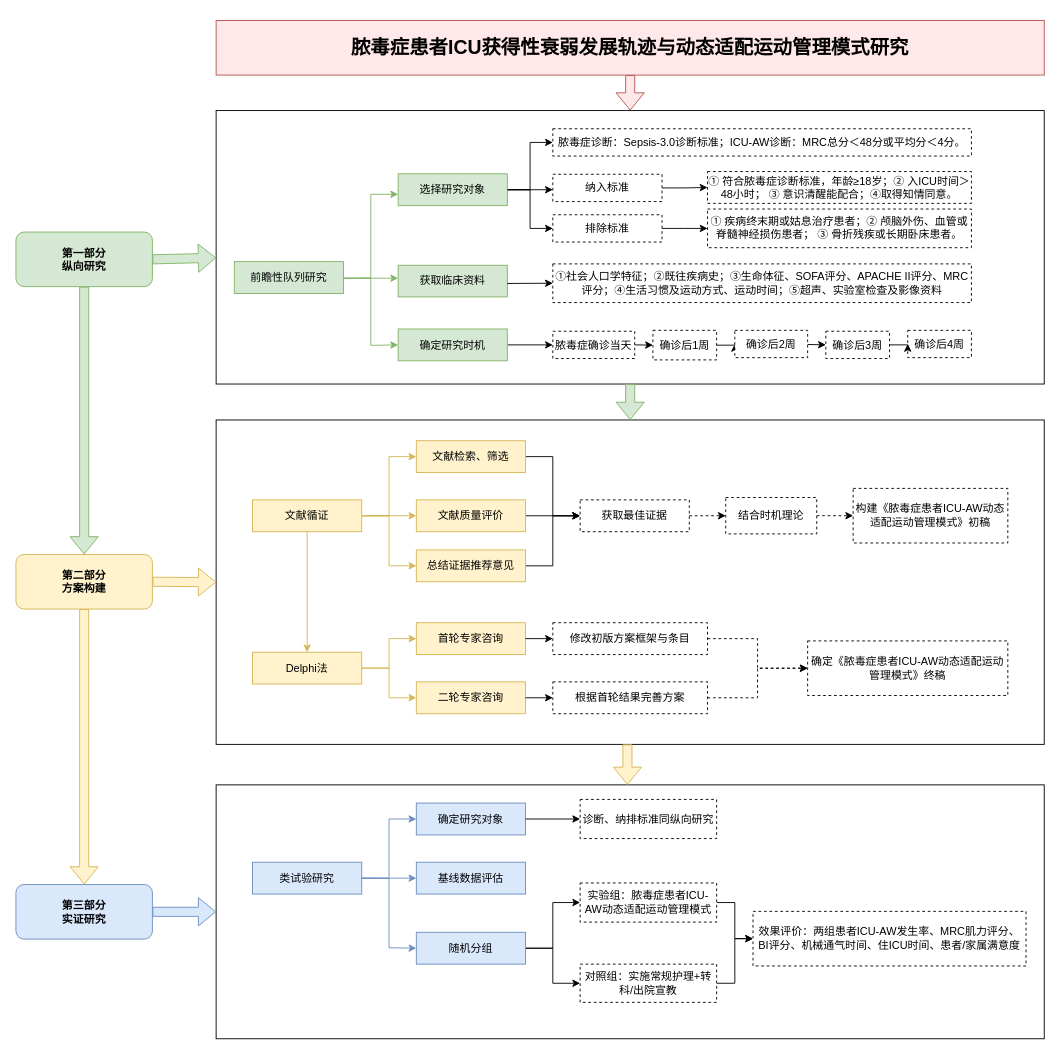
p1o2p3u1/draw_io_diagram keeps this draw.io diagram as 架构图.drawio. Above is the earlier version. Source tidied: cells renumbered, new cells numbered last; positions are measured from the earlier drawing's top-left corner, leaving out a move shared by most shapes. Both pictures are drawn from the tidied source at 91%, with x=0, y=0 at pixel (15, 20).
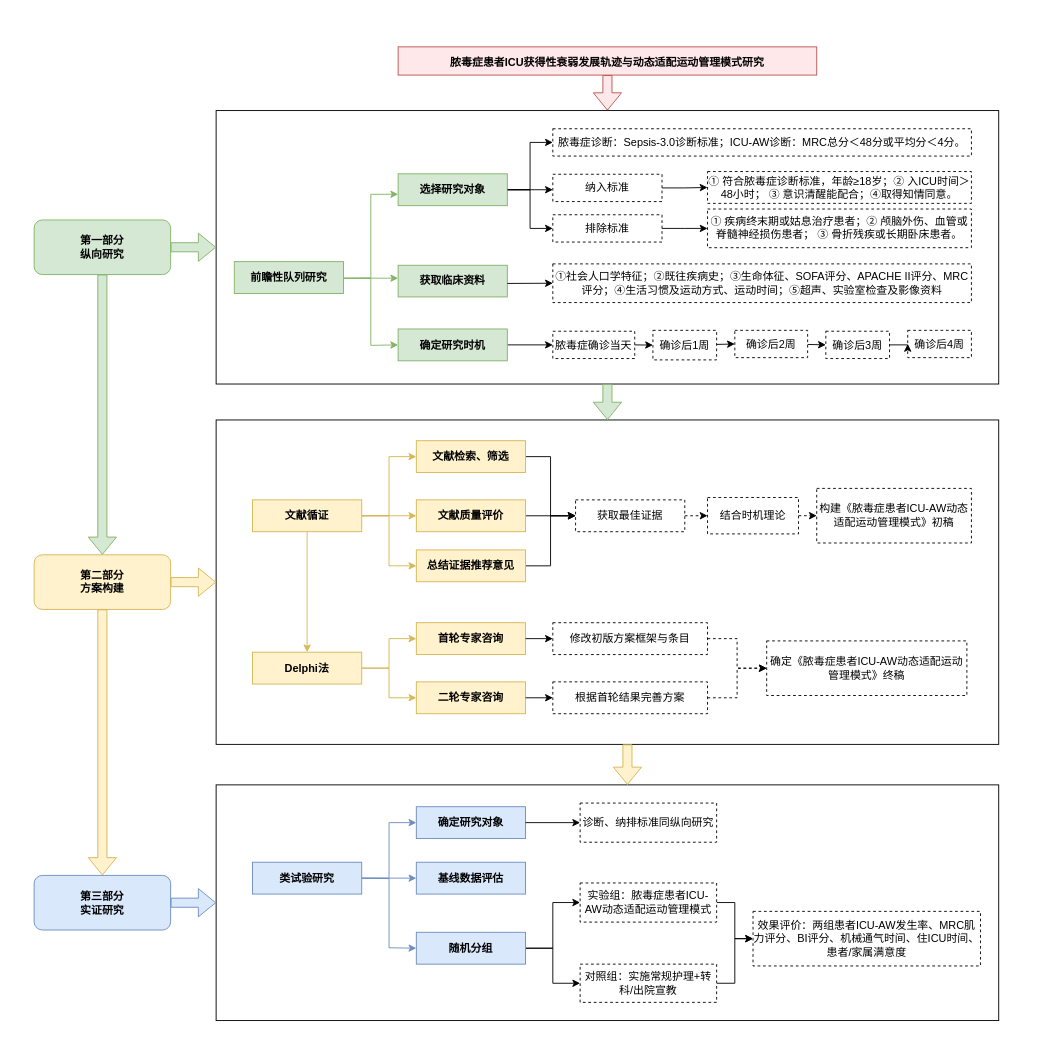
The same page after the edit.

Commit message:
更新架构图.drawio

Unchanged cells that the change refers to:
```xml
<mxCell id="67" value="确诊后1周" style="rounded=0;whiteSpace=wrap;html=1;dashed=1;" parent="1" vertex="1">
  <mxGeometry x="700" y="340.5" width="70" height="32.5" as="geometry" />
</mxCell>
<mxCell id="68" value="确诊后2周" style="rounded=0;whiteSpace=wrap;html=1;dashed=1;" parent="1" vertex="1">
  <mxGeometry x="790" y="340.5" width="80" height="30" as="geometry" />
</mxCell>
```

Diff of the diagram source:
```diff
@@
     <mxCell id="2" style="rounded=0;whiteSpace=wrap;html=1;" parent="1" vertex="1">
-      <mxGeometry x="220" y="840" width="910" height="279" as="geometry" />
+      <mxGeometry x="220" y="840" width="860" height="259" as="geometry" />
     </mxCell>
     <mxCell id="3" style="rounded=0;whiteSpace=wrap;html=1;" parent="1" vertex="1">
-      <mxGeometry x="220" y="439" width="910" height="356.5" as="geometry" />
+      <mxGeometry x="220" y="439" width="860" height="356.5" as="geometry" />
     </mxCell>
@@
     <mxCell id="5" style="rounded=0;whiteSpace=wrap;html=1;" parent="1" vertex="1">
-      <mxGeometry x="220" y="99" width="910" height="300.5" as="geometry" />
+      <mxGeometry x="220" y="99" width="860" height="300.5" as="geometry" />
     </mxCell>
     <mxCell id="6" value="&lt;b&gt;第一部分&lt;/b&gt;&lt;div&gt;&lt;b&gt;纵向研究&lt;/b&gt;&lt;/div&gt;" style="rounded=1;whiteSpace=wrap;html=1;fillColor=#d5e8d4;strokeColor=#82b366;" parent="1" vertex="1">
-      <mxGeometry y="232.5" width="150" height="60" as="geometry" />
+      <mxGeometry x="20" y="219.2" width="150" height="60" as="geometry" />
     </mxCell>
@@
-    <mxCell id="9" value="前瞻性队列研究" style="rounded=0;whiteSpace=wrap;html=1;fillColor=#d5e8d4;strokeColor=#82b366;" parent="1" vertex="1">
+    <mxCell id="9" value="&lt;b&gt;前瞻性队列研究&lt;/b&gt;" style="rounded=0;whiteSpace=wrap;html=1;fillColor=#d5e8d4;strokeColor=#82b366;" parent="1" vertex="1">
       <mxGeometry x="240" y="265" width="120" height="35" as="geometry" />
     </mxCell>
@@
-    <mxCell id="12" value="选择研究对象" style="rounded=0;whiteSpace=wrap;html=1;fillColor=#d5e8d4;strokeColor=#82b366;" parent="1" vertex="1">
+    <mxCell id="12" value="&lt;b&gt;选择研究对象&lt;/b&gt;" style="rounded=0;whiteSpace=wrap;html=1;fillColor=#d5e8d4;strokeColor=#82b366;" parent="1" vertex="1">
       <mxGeometry x="420" y="168.5" width="120" height="35" as="geometry" />
     </mxCell>
-    <mxCell id="13" value="获取临床资料" style="rounded=0;whiteSpace=wrap;html=1;fillColor=#d5e8d4;strokeColor=#82b366;" parent="1" vertex="1">
+    <mxCell id="13" value="&lt;b&gt;获取临床资料&lt;/b&gt;" style="rounded=0;whiteSpace=wrap;html=1;fillColor=#d5e8d4;strokeColor=#82b366;" parent="1" vertex="1">
       <mxGeometry x="420" y="269" width="120" height="34.8" as="geometry" />
     </mxCell>
@@
-    <mxCell id="15" value="确定研究时机" style="rounded=0;whiteSpace=wrap;html=1;fillColor=#d5e8d4;strokeColor=#82b366;" parent="1" vertex="1">
+    <mxCell id="15" value="&lt;b&gt;确定研究时机&lt;/b&gt;" style="rounded=0;whiteSpace=wrap;html=1;fillColor=#d5e8d4;strokeColor=#82b366;" parent="1" vertex="1">
       <mxGeometry x="420" y="339" width="120" height="35" as="geometry" />
     </mxCell>
@@
     <mxCell id="17" value="&lt;b&gt;第二部分&lt;/b&gt;&lt;div&gt;&lt;b&gt;方案构建&lt;/b&gt;&lt;/div&gt;" style="rounded=1;whiteSpace=wrap;html=1;fillColor=#fff2cc;strokeColor=#d6b656;fillStyle=auto;" parent="1" vertex="1">
-      <mxGeometry y="586.8" width="150" height="60" as="geometry" />
+      <mxGeometry x="20" y="587.2" width="150" height="60" as="geometry" />
     </mxCell>
@@
-    <mxCell id="21" value="文献循证" style="rounded=0;whiteSpace=wrap;html=1;fillColor=#fff2cc;strokeColor=#d6b656;" parent="1" vertex="1">
+    <mxCell id="21" value="&lt;b&gt;文献循证&lt;/b&gt;" style="rounded=0;whiteSpace=wrap;html=1;fillColor=#fff2cc;strokeColor=#d6b656;" parent="1" vertex="1">
       <mxGeometry x="260" y="526.8" width="120" height="35" as="geometry" />
     </mxCell>
@@
-    <mxCell id="23" value="文献检索、筛选" style="rounded=0;whiteSpace=wrap;html=1;fillColor=#fff2cc;strokeColor=#d6b656;" parent="1" vertex="1">
+    <mxCell id="23" value="&lt;b&gt;文献检索、筛选&lt;/b&gt;" style="rounded=0;whiteSpace=wrap;html=1;fillColor=#fff2cc;strokeColor=#d6b656;" parent="1" vertex="1">
       <mxGeometry x="440" y="461.8" width="120" height="35" as="geometry" />
     </mxCell>
@@
-    <mxCell id="25" value="文献质量评价" style="rounded=0;whiteSpace=wrap;html=1;fillColor=#fff2cc;strokeColor=#d6b656;" parent="1" vertex="1">
+    <mxCell id="25" value="&lt;b&gt;文献质量评价&lt;/b&gt;" style="rounded=0;whiteSpace=wrap;html=1;fillColor=#fff2cc;strokeColor=#d6b656;" parent="1" vertex="1">
       <mxGeometry x="440" y="526.8" width="120" height="35" as="geometry" />
     </mxCell>
@@
-    <mxCell id="27" value="总结证据推荐意见" style="rounded=0;whiteSpace=wrap;html=1;fillColor=#fff2cc;strokeColor=#d6b656;" parent="1" vertex="1">
+    <mxCell id="27" value="&lt;b&gt;总结证据推荐意见&lt;/b&gt;" style="rounded=0;whiteSpace=wrap;html=1;fillColor=#fff2cc;strokeColor=#d6b656;" parent="1" vertex="1">
       <mxGeometry x="440" y="581.8" width="120" height="35" as="geometry" />
     </mxCell>
@@
-    <mxCell id="30" value="Delphi法" style="rounded=0;whiteSpace=wrap;html=1;fillColor=#fff2cc;strokeColor=#d6b656;" parent="1" vertex="1">
+    <mxCell id="30" value="&lt;b&gt;Delphi法&lt;/b&gt;" style="rounded=0;whiteSpace=wrap;html=1;fillColor=#fff2cc;strokeColor=#d6b656;" parent="1" vertex="1">
       <mxGeometry x="260" y="694.2" width="120" height="35" as="geometry" />
     </mxCell>
-    <mxCell id="31" value="首轮专家咨询" style="rounded=0;whiteSpace=wrap;html=1;fillColor=#fff2cc;strokeColor=#d6b656;" parent="1" vertex="1">
+    <mxCell id="31" value="&lt;b&gt;首轮专家咨询&lt;/b&gt;" style="rounded=0;whiteSpace=wrap;html=1;fillColor=#fff2cc;strokeColor=#d6b656;" parent="1" vertex="1">
       <mxGeometry x="440" y="661.8" width="120" height="35" as="geometry" />
     </mxCell>
-    <mxCell id="32" value="二轮专家咨询" style="rounded=0;whiteSpace=wrap;html=1;fillColor=#fff2cc;strokeColor=#d6b656;" parent="1" vertex="1">
+    <mxCell id="32" value="&lt;b&gt;二轮专家咨询&lt;/b&gt;" style="rounded=0;whiteSpace=wrap;html=1;fillColor=#fff2cc;strokeColor=#d6b656;" parent="1" vertex="1">
       <mxGeometry x="440" y="726.8" width="120" height="35" as="geometry" />
     </mxCell>
@@
     <mxCell id="34" value="&lt;b&gt;第三部分&lt;/b&gt;&lt;div&gt;&lt;b&gt;实证研究&lt;/b&gt;&lt;/div&gt;" style="rounded=1;whiteSpace=wrap;html=1;fillColor=#dae8fc;strokeColor=#6c8ebf;" parent="1" vertex="1">
-      <mxGeometry y="949.5" width="150" height="60" as="geometry" />
+      <mxGeometry x="20" y="939.5" width="150" height="60" as="geometry" />
     </mxCell>
@@
-    <mxCell id="38" value="类试验研究" style="rounded=0;whiteSpace=wrap;html=1;fillColor=#dae8fc;strokeColor=#6c8ebf;" parent="1" vertex="1">
+    <mxCell id="38" value="&lt;b&gt;类试验研究&lt;/b&gt;" style="rounded=0;whiteSpace=wrap;html=1;fillColor=#dae8fc;strokeColor=#6c8ebf;" parent="1" vertex="1">
       <mxGeometry x="260" y="925" width="120" height="35" as="geometry" />
     </mxCell>
-    <mxCell id="39" value="确定研究对象" style="rounded=0;whiteSpace=wrap;html=1;fillColor=#dae8fc;strokeColor=#6c8ebf;" parent="1" vertex="1">
-      <mxGeometry x="440" y="860" width="120" height="35" as="geometry" />
+    <mxCell id="39" value="&lt;b&gt;确定研究对象&lt;/b&gt;" style="rounded=0;whiteSpace=wrap;html=1;fillColor=#dae8fc;strokeColor=#6c8ebf;" parent="1" vertex="1">
+      <mxGeometry x="440" y="864" width="120" height="35" as="geometry" />
     </mxCell>
-    <mxCell id="40" value="基线数据评估" style="rounded=0;whiteSpace=wrap;html=1;fillColor=#dae8fc;strokeColor=#6c8ebf;" parent="1" vertex="1">
+    <mxCell id="40" value="&lt;b&gt;基线数据评估&lt;/b&gt;" style="rounded=0;whiteSpace=wrap;html=1;fillColor=#dae8fc;strokeColor=#6c8ebf;" parent="1" vertex="1">
       <mxGeometry x="440" y="925" width="120" height="35" as="geometry" />
     </mxCell>
@@
-    <mxCell id="43" value="随机分组" style="rounded=0;whiteSpace=wrap;html=1;fillColor=#dae8fc;strokeColor=#6c8ebf;" parent="1" vertex="1">
+    <mxCell id="43" value="&lt;b&gt;随机分组&lt;/b&gt;" style="rounded=0;whiteSpace=wrap;html=1;fillColor=#dae8fc;strokeColor=#6c8ebf;" parent="1" vertex="1">
       <mxGeometry x="440" y="1002" width="120" height="35" as="geometry" />
     </mxCell>
@@
     <mxCell id="48" value="效果评价：两组患者ICU-AW发生率、MRC肌力评分、BI评分、机械通气时间、住ICU时间、患者/家属满意度" style="rounded=0;whiteSpace=wrap;html=1;dashed=1;" parent="1" vertex="1">
-      <mxGeometry x="810" y="979" width="300" height="60" as="geometry" />
+      <mxGeometry x="810" y="979" width="250" height="60" as="geometry" />
     </mxCell>
     <mxCell id="49" value="获取最佳证据" style="rounded=0;whiteSpace=wrap;html=1;dashed=1;" parent="1" vertex="1">
-      <mxGeometry x="620" y="526.8" width="120" height="35" as="geometry" />
+      <mxGeometry x="615" y="526.8" width="120" height="35" as="geometry" />
     </mxCell>
     <mxCell id="50" value="构建《脓毒症患者ICU-AW动态适配运动管理模式》初稿" style="rounded=0;whiteSpace=wrap;html=1;dashed=1;" parent="1" vertex="1">
-      <mxGeometry x="920" y="514.2" width="170" height="60" as="geometry" />
+      <mxGeometry x="880" y="514.2" width="170" height="60" as="geometry" />
     </mxCell>
@@
     <mxCell id="55" value="确定《脓毒症患者ICU-AW动态适配运动管理模式》终稿" style="rounded=0;whiteSpace=wrap;html=1;dashed=1;" parent="1" vertex="1">
-      <mxGeometry x="870" y="681.8" width="220" height="60" as="geometry" />
+      <mxGeometry x="825" y="681.8" width="220" height="60" as="geometry" />
     </mxCell>
@@
-    <mxCell id="66" style="edgeStyle=orthogonalEdgeStyle;rounded=0;jettySize=auto;html=1;" parent="1" edge="1" source="67" target="68">
-      <mxGeometry relative="1" as="geometry" />
-    </mxCell>
@@
-    <mxCell id="75" value="&lt;h2 style=&quot;margin-top: 13pt; margin-bottom: 13pt; break-after: avoid; line-height: 36.6933px; font-family: Arial; font-size: 16pt;&quot; align=&quot;center&quot;&gt;&lt;b&gt;&lt;font face=&quot;仿宋&quot;&gt;脓毒症患者&lt;/font&gt;ICU&lt;font face=&quot;仿宋&quot;&gt;获得性衰弱发展轨迹与动态适配运动管理模式&lt;/font&gt;&lt;/b&gt;&lt;b&gt;&lt;span style=&quot;font-family: &amp;quot;Times New Roman Regular&amp;quot;; font-size: 16pt;&quot;&gt;&lt;font face=&quot;仿宋&quot;&gt;研究&lt;/font&gt;&lt;/span&gt;&lt;/b&gt;&lt;b&gt;&lt;span style=&quot;font-family: &amp;quot;Times New Roman Regular&amp;quot;; font-size: 16pt;&quot;&gt;&lt;/span&gt;&lt;/b&gt;&lt;/h2&gt;" style="rounded=0;whiteSpace=wrap;html=1;fillColor=#FFE8EA;strokeColor=#b85450;" parent="1" vertex="1">
-      <mxGeometry x="220" width="910" height="60" as="geometry" />
+    <mxCell id="75" value="&lt;h2 style=&quot;margin-top: 13pt; margin-bottom: 13pt; break-after: avoid; line-height: 36.6933px; font-family: Arial;&quot; align=&quot;center&quot;&gt;&lt;font style=&quot;font-size: 12px;&quot;&gt;&lt;b style=&quot;&quot;&gt;&lt;font style=&quot;&quot; face=&quot;仿宋&quot;&gt;脓毒症患者&lt;/font&gt;ICU&lt;font style=&quot;&quot; face=&quot;仿宋&quot;&gt;获得性衰弱发展轨迹与动态适配运动管理模式&lt;/font&gt;&lt;/b&gt;&lt;b style=&quot;&quot;&gt;&lt;span style=&quot;font-family: &amp;quot;Times New Roman Regular&amp;quot;;&quot;&gt;&lt;font style=&quot;&quot; face=&quot;仿宋&quot;&gt;研究&lt;/font&gt;&lt;/span&gt;&lt;/b&gt;&lt;/font&gt;&lt;b style=&quot;font-size: 16pt;&quot;&gt;&lt;span style=&quot;font-family: &amp;quot;Times New Roman Regular&amp;quot;; font-size: 16pt;&quot;&gt;&lt;/span&gt;&lt;/b&gt;&lt;/h2&gt;" style="rounded=0;whiteSpace=wrap;html=1;fillColor=#FFE8EA;strokeColor=#b85450;" parent="1" vertex="1">
+      <mxGeometry x="420" y="29" width="460" height="31" as="geometry" />
     </mxCell>
-    <mxCell id="76" style="shape=flexArrow;endArrow=classic;html=1;rounded=0;fillColor=#FFE8EA;strokeColor=#b85450;entryX=0.5;entryY=0;entryDx=0;entryDy=0;exitX=0.5;exitY=1;exitDx=0;exitDy=0;" parent="1" edge="1" source="75">
-      <mxGeometry relative="1" as="geometry">
-        <mxPoint x="675" y="99" as="targetPoint" />
-      </mxGeometry>
+    <mxCell id="76" style="shape=flexArrow;endArrow=classic;html=1;rounded=0;fillColor=#FFE8EA;strokeColor=#b85450;entryX=0.5;entryY=0;entryDx=0;entryDy=0;exitX=0.5;exitY=1;exitDx=0;exitDy=0;" parent="1" edge="1" source="75" target="5">
+      <mxGeometry relative="1" as="geometry" />
     </mxCell>
@@
     <mxCell id="84" value="结合时机理论" style="rounded=0;whiteSpace=wrap;html=1;dashed=1;" parent="1" vertex="1">
-      <mxGeometry x="780" y="524.2" width="100" height="40" as="geometry" />
+      <mxGeometry x="760" y="524.2" width="100" height="40" as="geometry" />
     </mxCell>
@@
     <mxCell id="87" value="诊断、纳排标准同纵向研究" style="rounded=0;whiteSpace=wrap;html=1;dashed=1;" parent="1" vertex="1">
-      <mxGeometry x="620" y="856" width="150" height="43" as="geometry" />
+      <mxGeometry x="620" y="860" width="150" height="43" as="geometry" />
     </mxCell>
@@
+    <mxCell id="91" style="endArrow=classic;html=1;rounded=0;entryX=0;entryY=0.5;entryDx=0;entryDy=0;" parent="1" edge="1" target="68">
+      <mxGeometry relative="1" as="geometry">
+        <mxPoint x="770" y="356" as="sourcePoint" />
+      </mxGeometry>
+    </mxCell>
```
